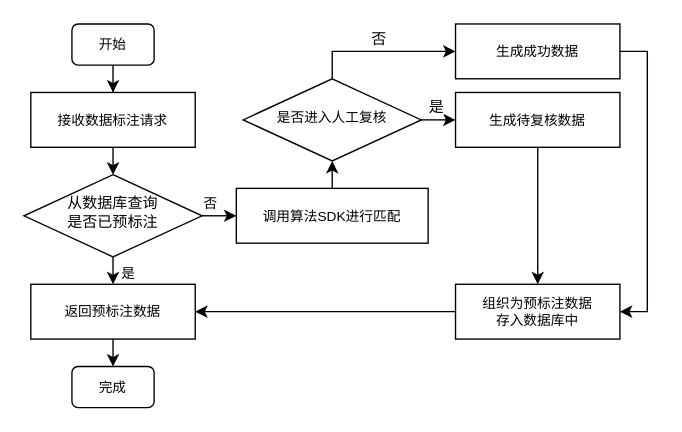
This is paper/Flowchart1.drawio from MondayCha/Draw.io, a draw.io file, before an edit. Source tidied: cells renumbered, new cells numbered last; positions are measured from the earlier drawing's top-left corner, leaving out a move shared by most shapes. Both pictures are drawn from the tidied source at 137%, with x=0, y=0 at pixel (23, 23).
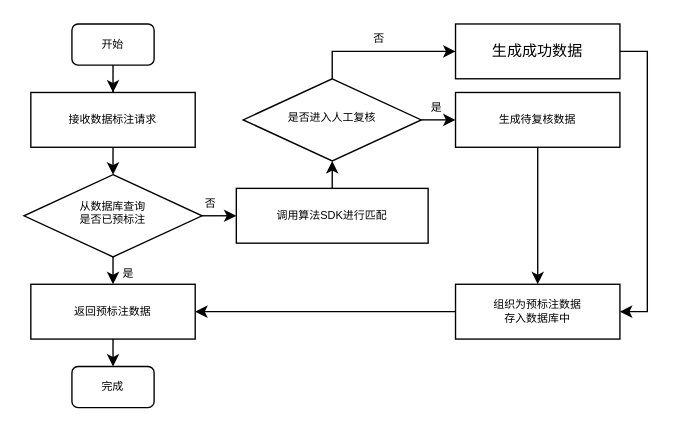
The same page after the edit.

Diff of the diagram source:
```diff
@@
-    <mxCell id="2" style="edgeStyle=orthogonalEdgeStyle;rounded=0;jettySize=auto;html=1;entryX=0.5;entryY=0;entryDx=0;entryDy=0;fontSize=10;" parent="1" edge="1" source="3" target="10">
+    <mxCell id="2" style="edgeStyle=orthogonalEdgeStyle;rounded=0;jettySize=auto;html=1;entryX=0.5;entryY=0;entryDx=0;entryDy=0;fontSize=8;fontFamily=宋体;fontStyle=0;" parent="1" edge="1" source="3" target="10">
       <mxGeometry relative="1" as="geometry" />
     </mxCell>
-    <mxCell id="3" value="开始" style="rounded=1;whiteSpace=wrap;html=1;fontSize=10;glass=0;strokeWidth=1;shadow=0;" parent="1" vertex="1">
+    <mxCell id="3" value="开始" style="rounded=1;whiteSpace=wrap;html=1;fontSize=8;glass=0;strokeWidth=1;shadow=0;fontFamily=宋体;fontStyle=0;" parent="1" vertex="1">
       <mxGeometry x="35" width="60" height="30" as="geometry" />
     </mxCell>
-    <mxCell id="4" style="edgeStyle=orthogonalEdgeStyle;rounded=0;jettySize=auto;html=1;exitX=0.5;exitY=1;exitDx=0;exitDy=0;entryX=0.5;entryY=0;entryDx=0;entryDy=0;fontFamily=Helvetica;fontSize=10;" parent="1" edge="1" source="8" target="12">
+    <mxCell id="4" style="edgeStyle=orthogonalEdgeStyle;rounded=0;jettySize=auto;html=1;exitX=0.5;exitY=1;exitDx=0;exitDy=0;entryX=0.5;entryY=0;entryDx=0;entryDy=0;fontFamily=宋体;fontSize=8;fontStyle=0;" parent="1" edge="1" source="8" target="12">
       <mxGeometry relative="1" as="geometry" />
     </mxCell>
-    <mxCell id="5" value="是" style="edgeLabel;html=1;align=center;verticalAlign=middle;fontFamily=Helvetica;fontSize=10;" parent="4" vertex="1">
+    <mxCell id="5" value="是" style="edgeLabel;html=1;align=center;verticalAlign=middle;fontFamily=宋体;fontSize=8;fontStyle=0;" parent="4" vertex="1">
       <mxGeometry x="-0.21" relative="1" as="geometry">
         <mxPoint x="10" y="3" as="offset" />
       </mxGeometry>
     </mxCell>
-    <mxCell id="6" style="edgeStyle=orthogonalEdgeStyle;rounded=0;jettySize=auto;html=1;exitX=1;exitY=0.5;exitDx=0;exitDy=0;entryX=0;entryY=0.5;entryDx=0;entryDy=0;fontFamily=Helvetica;fontSize=10;" parent="1" edge="1" source="8" target="15">
+    <mxCell id="6" style="edgeStyle=orthogonalEdgeStyle;rounded=0;jettySize=auto;html=1;exitX=1;exitY=0.5;exitDx=0;exitDy=0;entryX=0;entryY=0.5;entryDx=0;entryDy=0;fontFamily=宋体;fontSize=8;fontStyle=0;" parent="1" edge="1" source="8" target="15">
       <mxGeometry relative="1" as="geometry" />
     </mxCell>
-    <mxCell id="7" value="否" style="edgeLabel;html=1;align=center;verticalAlign=middle;fontFamily=Helvetica;fontSize=10;" parent="6" vertex="1">
+    <mxCell id="7" value="否" style="edgeLabel;html=1;align=center;verticalAlign=middle;fontFamily=宋体;fontSize=8;fontStyle=0;" parent="6" vertex="1">
       <mxGeometry x="-0.32" y="-1" relative="1" as="geometry">
         <mxPoint x="-4" y="-11" as="offset" />
       </mxGeometry>
     </mxCell>
-    <mxCell id="8" value="&lt;font style=&quot;font-size: 11px&quot;&gt;从数据库查询&lt;br style=&quot;font-size: 11px&quot;&gt;是否已预标注&lt;/font&gt;" style="rhombus;whiteSpace=wrap;html=1;shadow=0;fontFamily=Helvetica;fontSize=10;align=center;strokeWidth=1;spacing=6;spacingTop=-4;" parent="1" vertex="1">
+    <mxCell id="8" value="&lt;font style=&quot;font-size: 8px;&quot;&gt;从数据库查询&lt;br style=&quot;font-size: 8px;&quot;&gt;是否已预标注&lt;/font&gt;" style="rhombus;whiteSpace=wrap;html=1;shadow=0;fontFamily=宋体;fontSize=8;align=center;strokeWidth=1;spacing=6;spacingTop=-4;fontStyle=0;" parent="1" vertex="1">
       <mxGeometry y="110" width="130" height="60" as="geometry" />
     </mxCell>
-    <mxCell id="9" style="edgeStyle=orthogonalEdgeStyle;rounded=0;jettySize=auto;html=1;exitX=0.5;exitY=1;exitDx=0;exitDy=0;entryX=0.5;entryY=0;entryDx=0;entryDy=0;fontSize=10;" parent="1" edge="1" source="10" target="8">
+    <mxCell id="9" style="edgeStyle=orthogonalEdgeStyle;rounded=0;jettySize=auto;html=1;exitX=0.5;exitY=1;exitDx=0;exitDy=0;entryX=0.5;entryY=0;entryDx=0;entryDy=0;fontSize=8;fontFamily=宋体;fontStyle=0;" parent="1" edge="1" source="10" target="8">
       <mxGeometry relative="1" as="geometry" />
     </mxCell>
-    <mxCell id="10" value="接收数据标注请求" style="rounded=0;whiteSpace=wrap;html=1;fontSize=10;" parent="1" vertex="1">
+    <mxCell id="10" value="接收数据标注请求" style="rounded=0;whiteSpace=wrap;html=1;fontSize=8;fontFamily=宋体;fontStyle=0;" parent="1" vertex="1">
       <mxGeometry x="5" y="50" width="120" height="40" as="geometry" />
     </mxCell>
-    <mxCell id="11" style="edgeStyle=orthogonalEdgeStyle;rounded=0;jettySize=auto;html=1;exitX=0.5;exitY=1;exitDx=0;exitDy=0;entryX=0.5;entryY=0;entryDx=0;entryDy=0;fontFamily=Helvetica;fontSize=10;" parent="1" edge="1" source="12" target="13">
+    <mxCell id="11" style="edgeStyle=orthogonalEdgeStyle;rounded=0;jettySize=auto;html=1;exitX=0.5;exitY=1;exitDx=0;exitDy=0;entryX=0.5;entryY=0;entryDx=0;entryDy=0;fontFamily=宋体;fontSize=8;fontStyle=0;" parent="1" edge="1" source="12" target="13">
       <mxGeometry relative="1" as="geometry" />
     </mxCell>
-    <mxCell id="12" value="返回预标注数据" style="rounded=0;whiteSpace=wrap;html=1;fontSize=10;" parent="1" vertex="1">
+    <mxCell id="12" value="返回预标注数据" style="rounded=0;whiteSpace=wrap;html=1;fontSize=8;fontFamily=宋体;fontStyle=0;" parent="1" vertex="1">
       <mxGeometry x="5" y="190" width="120" height="40" as="geometry" />
     </mxCell>
-    <mxCell id="13" value="完成" style="rounded=1;whiteSpace=wrap;html=1;fontSize=10;glass=0;strokeWidth=1;shadow=0;" parent="1" vertex="1">
+    <mxCell id="13" value="完成" style="rounded=1;whiteSpace=wrap;html=1;fontSize=8;glass=0;strokeWidth=1;shadow=0;fontFamily=宋体;fontStyle=0;" parent="1" vertex="1">
       <mxGeometry x="35" y="250" width="60" height="30" as="geometry" />
     </mxCell>
-    <mxCell id="14" style="edgeStyle=orthogonalEdgeStyle;rounded=0;jettySize=auto;html=1;exitX=0.5;exitY=0;exitDx=0;exitDy=0;fontFamily=Helvetica;entryX=0.5;entryY=1;entryDx=0;entryDy=0;fontSize=10;" parent="1" edge="1" source="15" target="20">
+    <mxCell id="14" style="edgeStyle=orthogonalEdgeStyle;rounded=0;jettySize=auto;html=1;exitX=0.5;exitY=0;exitDx=0;exitDy=0;fontFamily=宋体;entryX=0.5;entryY=1;entryDx=0;entryDy=0;fontSize=8;fontStyle=0;" parent="1" edge="1" source="15" target="20">
       <mxGeometry relative="1" as="geometry" />
     </mxCell>
-    <mxCell id="15" value="调用算法SDK进行匹配" style="rounded=0;whiteSpace=wrap;html=1;fontSize=10;" parent="1" vertex="1">
+    <mxCell id="15" value="调用算法SDK进行匹配" style="rounded=0;whiteSpace=wrap;html=1;fontSize=8;fontFamily=宋体;fontStyle=0;" parent="1" vertex="1">
       <mxGeometry x="155" y="120" width="140" height="40" as="geometry" />
     </mxCell>
-    <mxCell id="16" style="edgeStyle=orthogonalEdgeStyle;rounded=0;jettySize=auto;html=1;exitX=1;exitY=0.5;exitDx=0;exitDy=0;entryX=0;entryY=0.5;entryDx=0;entryDy=0;fontFamily=Helvetica;fontSize=11;" parent="1" edge="1" source="20" target="22">
+    <mxCell id="16" style="edgeStyle=orthogonalEdgeStyle;rounded=0;jettySize=auto;html=1;exitX=1;exitY=0.5;exitDx=0;exitDy=0;entryX=0;entryY=0.5;entryDx=0;entryDy=0;fontFamily=宋体;fontSize=8;fontStyle=0;" parent="1" edge="1" source="20" target="22">
       <mxGeometry relative="1" as="geometry" />
     </mxCell>
-    <mxCell id="17" value="是" style="edgeLabel;html=1;align=center;verticalAlign=middle;fontSize=11;fontFamily=Helvetica;" parent="16" vertex="1">
+    <mxCell id="17" value="是" style="edgeLabel;html=1;align=center;verticalAlign=middle;fontSize=8;fontFamily=宋体;fontStyle=0;" parent="16" vertex="1">
       <mxGeometry x="-0.24" relative="1" as="geometry">
         <mxPoint y="-10" as="offset" />
       </mxGeometry>
     </mxCell>
-    <mxCell id="18" style="edgeStyle=orthogonalEdgeStyle;rounded=0;jettySize=auto;html=1;exitX=0.5;exitY=0;exitDx=0;exitDy=0;fontFamily=Helvetica;fontSize=11;entryX=0;entryY=0.5;entryDx=0;entryDy=0;" parent="1" edge="1" source="20" target="26">
+    <mxCell id="18" style="edgeStyle=orthogonalEdgeStyle;rounded=0;jettySize=auto;html=1;exitX=0.5;exitY=0;exitDx=0;exitDy=0;fontFamily=宋体;fontSize=8;entryX=0;entryY=0.5;entryDx=0;entryDy=0;fontStyle=0;" parent="1" edge="1" source="20" target="26">
       <mxGeometry relative="1" as="geometry">
         <Array as="points">
           <mxPoint x="225" y="20" />
         </Array>
       </mxGeometry>
     </mxCell>
-    <mxCell id="19" value="否" style="edgeLabel;html=1;align=center;verticalAlign=middle;fontSize=11;fontFamily=Helvetica;" parent="18" vertex="1">
+    <mxCell id="19" value="否" style="edgeLabel;html=1;align=center;verticalAlign=middle;fontSize=8;fontFamily=宋体;fontStyle=0;" parent="18" vertex="1">
       <mxGeometry x="-0.36" relative="1" as="geometry">
         <mxPoint x="18" y="-10" as="offset" />
       </mxGeometry>
     </mxCell>
-    <mxCell id="20" value="是否进入人工复核" style="rhombus;whiteSpace=wrap;html=1;shadow=0;fontFamily=Helvetica;fontSize=10;align=center;strokeWidth=1;spacing=6;spacingTop=-4;" parent="1" vertex="1">
+    <mxCell id="20" value="是否进入人工复核" style="rhombus;whiteSpace=wrap;html=1;shadow=0;fontFamily=宋体;fontSize=8;align=center;strokeWidth=1;spacing=6;spacingTop=-4;fontStyle=0;" parent="1" vertex="1">
       <mxGeometry x="160" y="40" width="130" height="60" as="geometry" />
     </mxCell>
-    <mxCell id="21" style="edgeStyle=orthogonalEdgeStyle;rounded=0;jettySize=auto;html=1;fontFamily=Helvetica;fontSize=11;" parent="1" edge="1" source="22" target="24">
+    <mxCell id="21" style="edgeStyle=orthogonalEdgeStyle;rounded=0;jettySize=auto;html=1;fontFamily=宋体;fontSize=8;fontStyle=0;" parent="1" edge="1" source="22" target="24">
       <mxGeometry relative="1" as="geometry" />
     </mxCell>
-    <mxCell id="22" value="生成待复核数据" style="rounded=0;whiteSpace=wrap;html=1;fontSize=10;" parent="1" vertex="1">
+    <mxCell id="22" value="生成待复核数据" style="rounded=0;whiteSpace=wrap;html=1;fontSize=8;fontFamily=宋体;fontStyle=0;" parent="1" vertex="1">
       <mxGeometry x="315" y="50" width="120" height="40" as="geometry" />
     </mxCell>
-    <mxCell id="23" style="edgeStyle=orthogonalEdgeStyle;rounded=0;jettySize=auto;html=1;exitX=0;exitY=0.5;exitDx=0;exitDy=0;entryX=1;entryY=0.5;entryDx=0;entryDy=0;fontFamily=Helvetica;fontSize=11;" parent="1" edge="1" source="24" target="12">
+    <mxCell id="23" style="edgeStyle=orthogonalEdgeStyle;rounded=0;jettySize=auto;html=1;exitX=0;exitY=0.5;exitDx=0;exitDy=0;entryX=1;entryY=0.5;entryDx=0;entryDy=0;fontFamily=宋体;fontSize=8;fontStyle=0;" parent="1" edge="1" source="24" target="12">
       <mxGeometry relative="1" as="geometry" />
     </mxCell>
-    <mxCell id="24" value="组织为预标注数据&lt;br&gt;存入数据库中" style="rounded=0;whiteSpace=wrap;html=1;fontSize=10;" parent="1" vertex="1">
+    <mxCell id="24" value="组织为预标注数据&lt;br style=&quot;font-size: 8px;&quot;&gt;存入数据库中" style="rounded=0;whiteSpace=wrap;html=1;fontSize=8;fontFamily=宋体;fontStyle=0;" parent="1" vertex="1">
       <mxGeometry x="315" y="190" width="120" height="40" as="geometry" />
     </mxCell>
-    <mxCell id="25" style="edgeStyle=orthogonalEdgeStyle;rounded=0;jettySize=auto;html=1;exitX=1;exitY=0.5;exitDx=0;exitDy=0;entryX=1;entryY=0.5;entryDx=0;entryDy=0;fontFamily=Helvetica;fontSize=11;" parent="1" edge="1" source="26" target="24">
+    <mxCell id="25" style="edgeStyle=orthogonalEdgeStyle;rounded=0;jettySize=auto;html=1;exitX=1;exitY=0.5;exitDx=0;exitDy=0;entryX=1;entryY=0.5;entryDx=0;entryDy=0;fontFamily=宋体;fontSize=8;fontStyle=0;" parent="1" edge="1" source="26" target="24">
       <mxGeometry relative="1" as="geometry" />
     </mxCell>
-    <mxCell id="26" value="生成成功数据" style="rounded=0;whiteSpace=wrap;html=1;fontSize=10;" parent="1" vertex="1">
+    <mxCell id="26" value="&lt;font style=&quot;font-size: 11px&quot;&gt;生成成功数据&lt;/font&gt;" style="rounded=0;whiteSpace=wrap;html=1;fontSize=8;fontFamily=宋体;fontStyle=0;" parent="1" vertex="1">
       <mxGeometry x="315" width="120" height="40" as="geometry" />
     </mxCell>
```
